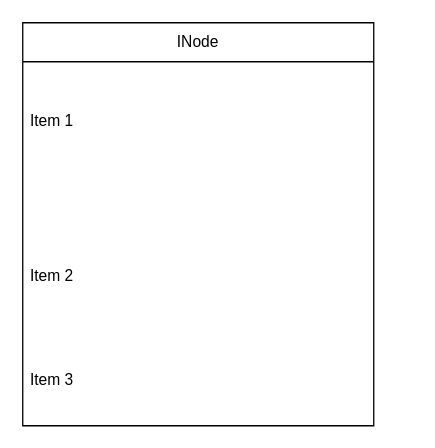
MinkunZhao/SE_lab1 keeps this draw.io diagram as Class Diagram.drawio. Above is the earlier version. Source tidied: cells renumbered, new cells numbered last; positions are measured from the earlier drawing's top-left corner, leaving out a move shared by most shapes. Both pictures are drawn from the tidied source at 130%, with x=0, y=0 at pixel (22, 22).
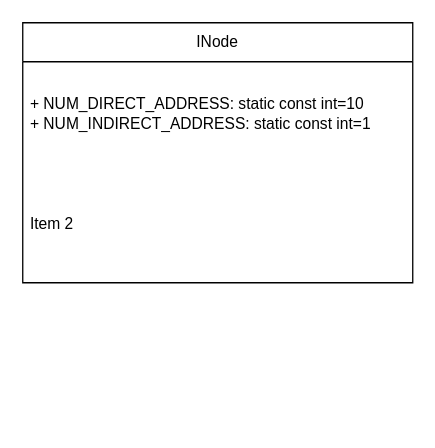
The same page after the edit.

Diff of the diagram source:
```diff
@@
 <mxGraphModel>
   <root>
     <mxCell id="0" />
     <mxCell id="1" parent="0" />
     <mxCell id="2" value="INode" style="swimlane;fontStyle=0;horizontal=1;startSize=30;whiteSpace=wrap;html=1;" parent="1" vertex="1">
-      <mxGeometry width="270" height="310" as="geometry" />
+      <mxGeometry width="300" height="200" as="geometry" />
     </mxCell>
-    <mxCell id="3" value="Item 1&lt;br&gt;&lt;br&gt;&lt;br&gt;" style="text;strokeColor=none;fillColor=none;align=left;verticalAlign=middle;spacingLeft=4;spacingRight=4;overflow=hidden;whiteSpace=wrap;html=1;" parent="2" vertex="1">
-      <mxGeometry y="30" width="270" height="120" as="geometry" />
+    <mxCell id="3" value="+ NUM_DIRECT_ADDRESS:&amp;nbsp;static const int=10&lt;br&gt;+ NUM_INDIRECT_ADDRESS:&amp;nbsp;static const int=1" style="text;strokeColor=none;fillColor=none;align=left;verticalAlign=middle;spacingLeft=4;spacingRight=4;overflow=hidden;whiteSpace=wrap;html=1;" parent="2" vertex="1">
+      <mxGeometry y="30" width="300" height="80" as="geometry" />
     </mxCell>
     <mxCell id="4" value="Item 2" style="text;strokeColor=none;fillColor=none;align=left;verticalAlign=middle;spacingLeft=4;spacingRight=4;overflow=hidden;whiteSpace=wrap;html=1;" parent="2" vertex="1">
-      <mxGeometry y="150" width="270" height="90" as="geometry" />
+      <mxGeometry y="110" width="300" height="90" as="geometry" />
     </mxCell>
-    <mxCell id="5" value="Item 3" style="text;strokeColor=none;fillColor=none;align=left;verticalAlign=middle;spacingLeft=4;spacingRight=4;overflow=hidden;whiteSpace=wrap;html=1;" parent="2" vertex="1">
-      <mxGeometry y="240" width="270" height="70" as="geometry" />
-    </mxCell>
   </root>
 </mxGraphModel>
```
